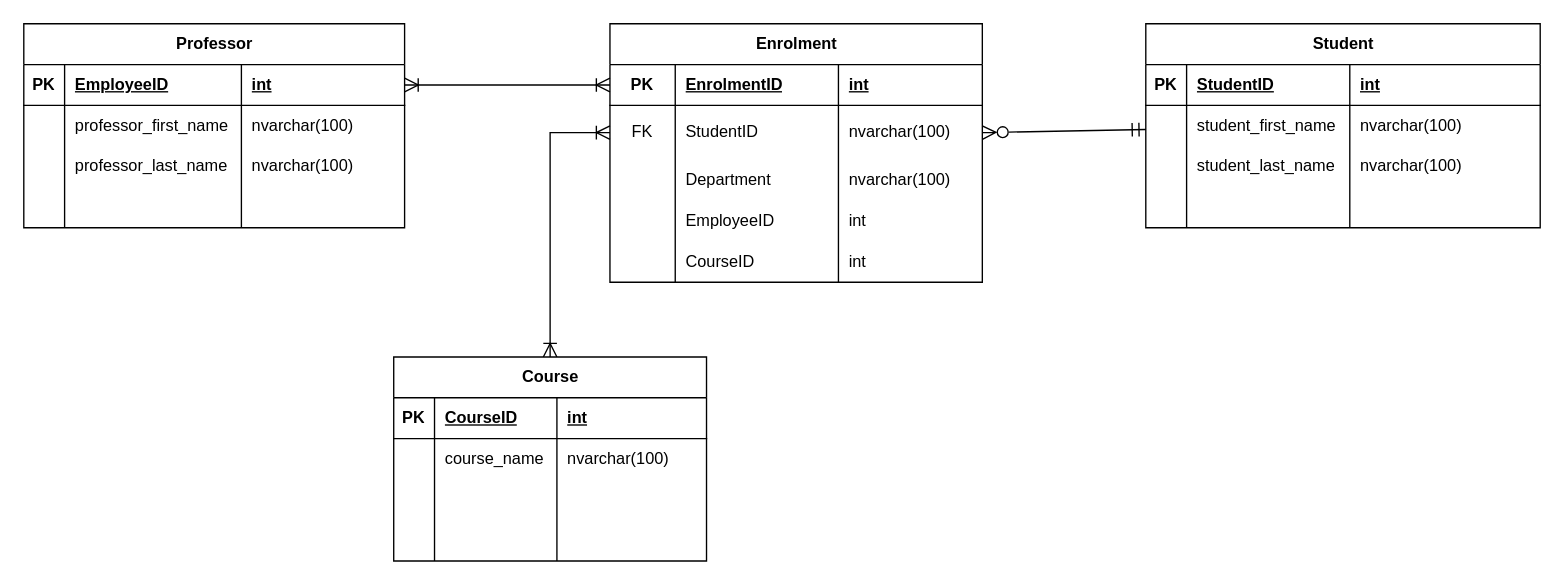
ConnorGaskill/UML keeps this draw.io diagram as page "2NF" (2 of 3) of 2NF.drawio. Above is the earlier version. Source tidied: cells renumbered, new cells numbered last; positions are measured from the earlier drawing's top-left corner, leaving out a move shared by most shapes. Both pictures are drawn from the tidied source at 136%, with x=0, y=0 at pixel (23, 23).
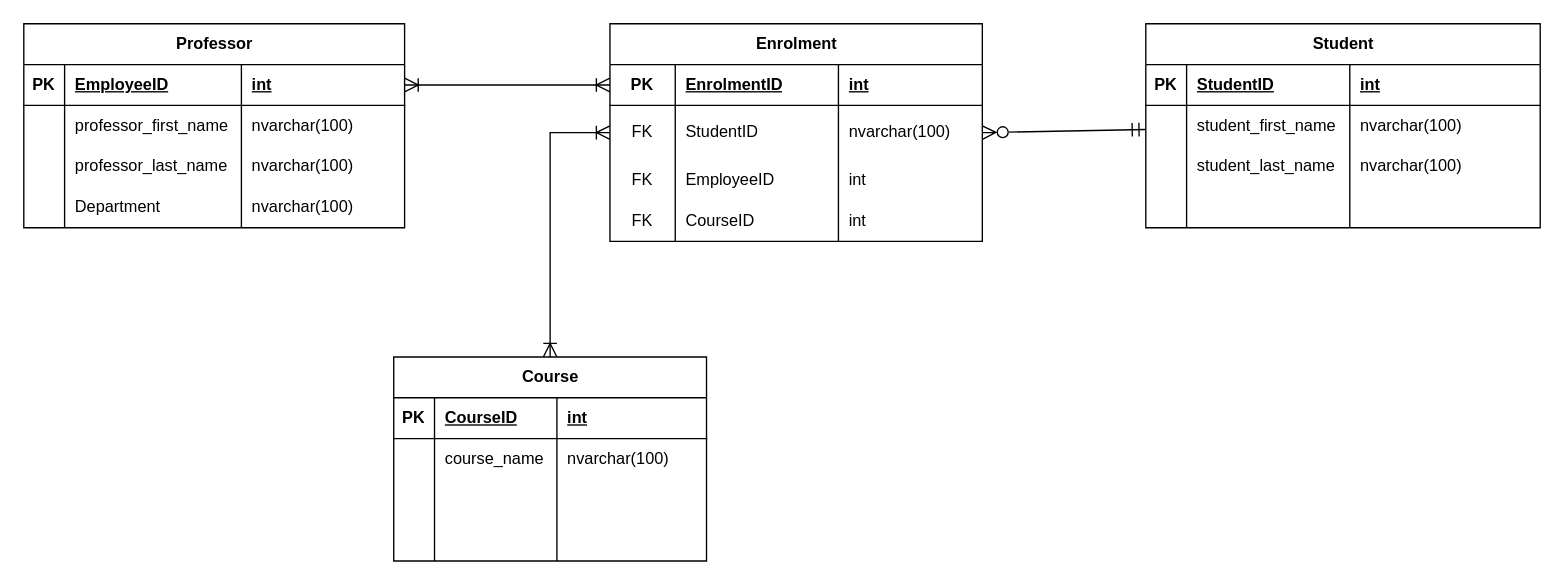
After the change.

The change refers to these unchanged cells:
```xml
<mxCell id="51" style="shape=tableRow;horizontal=0;startSize=0;swimlaneHead=0;swimlaneBody=0;fillColor=none;top=0;left=0;right=0;bottom=0;" parent="38" vertex="1">
  <mxGeometry y="120" width="280" height="30" as="geometry" />
</mxCell>
```

Diff of the diagram source:
```diff
@@
-    <mxCell id="53" style="shape=partialRectangle;fillColor=none;top=0;left=0;bottom=0;right=0;align=left;spacingLeft=6;overflow=hidden;whiteSpace=wrap;html=1;" parent="51" vertex="1">
+    <mxCell id="53" value="Department" style="shape=partialRectangle;fillColor=none;top=0;left=0;bottom=0;right=0;align=left;spacingLeft=6;overflow=hidden;whiteSpace=wrap;html=1;" parent="51" vertex="1">
       <mxGeometry x="30" width="130" height="30" as="geometry" />
     </mxCell>
-    <mxCell id="54" style="shape=partialRectangle;fillColor=none;top=0;left=0;bottom=0;right=0;align=left;spacingLeft=6;overflow=hidden;whiteSpace=wrap;html=1;" parent="51" vertex="1">
+    <mxCell id="54" value="nvarchar(100)" style="shape=partialRectangle;fillColor=none;top=0;left=0;bottom=0;right=0;align=left;spacingLeft=6;overflow=hidden;whiteSpace=wrap;html=1;" parent="51" vertex="1">
       <mxGeometry x="160" width="120" height="30" as="geometry" />
     </mxCell>
     <mxCell id="55" value="Enrolment" style="shape=table;startSize=30;childLayout=tableLayout;rowLines=0;fontStyle=1;align=center;html=1;" parent="1" vertex="1">
-      <mxGeometry x="431" width="273.8" height="190" as="geometry" />
+      <mxGeometry x="431" width="273.8" height="160" as="geometry" />
     </mxCell>
@@
-    <mxCell id="64" style="shape=tableRow;horizontal=0;startSize=0;swimlaneHead=0;swimlaneBody=0;fillColor=none;top=0;left=0;right=0;bottom=0;" parent="55" vertex="1">
-      <mxGeometry y="100" width="273.8" height="30" as="geometry" />
-    </mxCell>
-    <mxCell id="65" style="shape=partialRectangle;fillColor=none;top=0;left=0;bottom=0;right=0;overflow=hidden;whiteSpace=wrap;html=1;" parent="64" vertex="1">
-      <mxGeometry width="48" height="30" as="geometry" />
-    </mxCell>
-    <mxCell id="66" value="Department" style="shape=partialRectangle;fillColor=none;top=0;left=0;bottom=0;right=0;align=left;spacingLeft=6;overflow=hidden;whiteSpace=wrap;html=1;" parent="64" vertex="1">
-      <mxGeometry x="48" width="120" height="30" as="geometry" />
-    </mxCell>
-    <mxCell id="67" value="nvarchar(100)" style="shape=partialRectangle;fillColor=none;top=0;left=0;bottom=0;right=0;align=left;spacingLeft=6;overflow=hidden;whiteSpace=wrap;html=1;" parent="64" vertex="1">
-      <mxGeometry x="168" width="105.8" height="30" as="geometry" />
-    </mxCell>
     <mxCell id="68" style="shape=tableRow;horizontal=0;startSize=0;swimlaneHead=0;swimlaneBody=0;fillColor=none;top=0;left=0;right=0;bottom=0;" parent="55" vertex="1">
-      <mxGeometry y="130" width="273.8" height="30" as="geometry" />
+      <mxGeometry y="100" width="273.8" height="30" as="geometry" />
     </mxCell>
-    <mxCell id="69" style="shape=partialRectangle;fillColor=none;top=0;left=0;bottom=0;right=0;overflow=hidden;whiteSpace=wrap;html=1;" parent="68" vertex="1">
+    <mxCell id="69" value="FK" style="shape=partialRectangle;fillColor=none;top=0;left=0;bottom=0;right=0;overflow=hidden;whiteSpace=wrap;html=1;" parent="68" vertex="1">
       <mxGeometry width="48" height="30" as="geometry" />
     </mxCell>
@@
     <mxCell id="72" style="shape=tableRow;horizontal=0;startSize=0;swimlaneHead=0;swimlaneBody=0;fillColor=none;top=0;left=0;right=0;bottom=0;" parent="55" vertex="1">
-      <mxGeometry y="160" width="273.8" height="30" as="geometry" />
+      <mxGeometry y="130" width="273.8" height="30" as="geometry" />
     </mxCell>
-    <mxCell id="73" style="shape=partialRectangle;fillColor=none;top=0;left=0;bottom=0;right=0;overflow=hidden;whiteSpace=wrap;html=1;" parent="72" vertex="1">
+    <mxCell id="73" value="FK" style="shape=partialRectangle;fillColor=none;top=0;left=0;bottom=0;right=0;overflow=hidden;whiteSpace=wrap;html=1;" parent="72" vertex="1">
       <mxGeometry width="48" height="30" as="geometry" />
     </mxCell>
```
